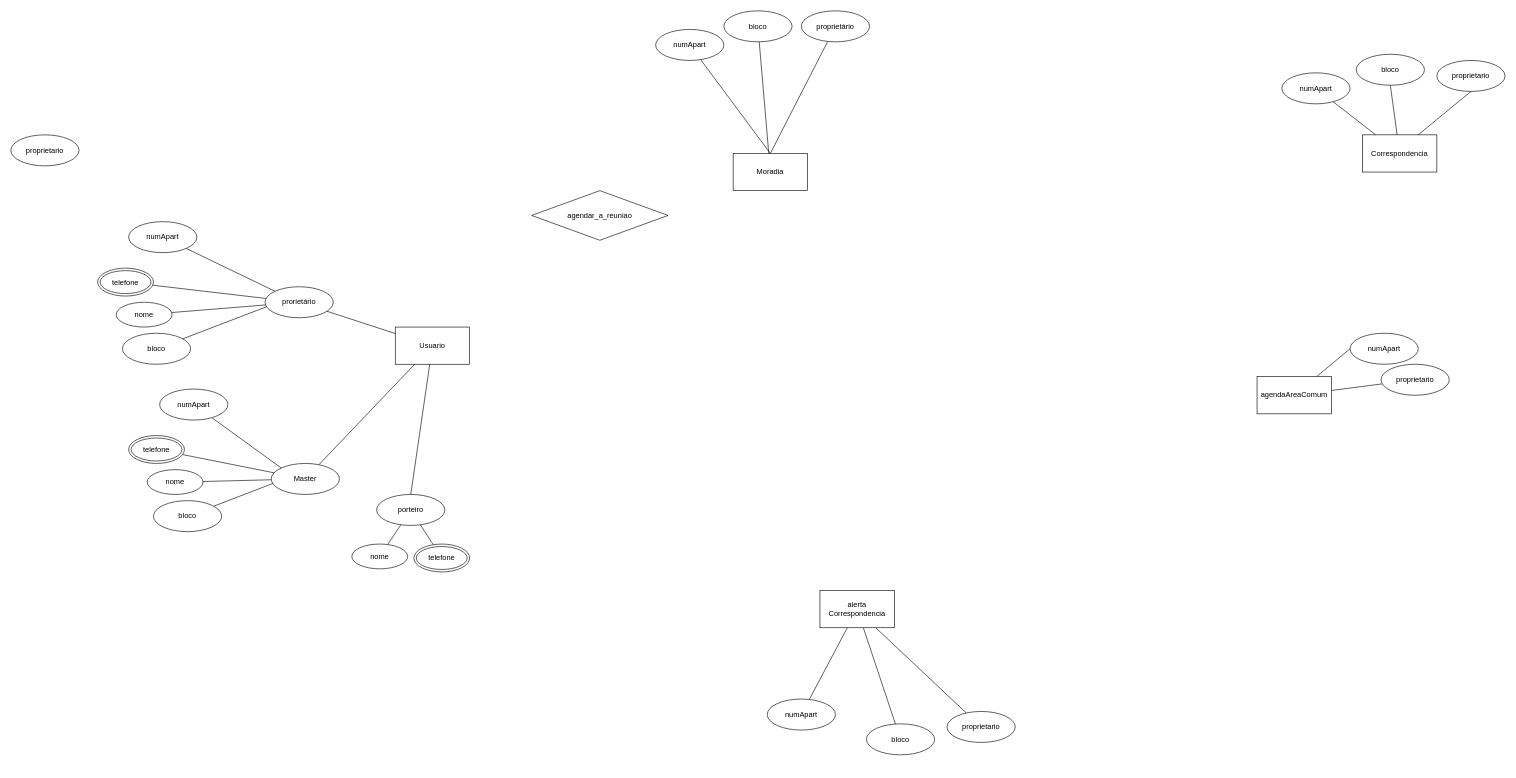
Earlier version of the draw.io diagram page "Diagrama_ER" (3 of 3) of Diagrama sem nome.drawio (ICEI-PUC-Minas-PMV-ADS/pmv-ads-2023-1-e2-proj-int-t3-pmv-ads-2023-1-e3-proj-int-t3-time3-ci). Source tidied: cells renumbered, new cells numbered last; positions are measured from the earlier drawing's top-left corner, leaving out a move shared by most shapes. Both pictures are drawn from the tidied source at 62%, with x=0, y=0 at pixel (11, 11).
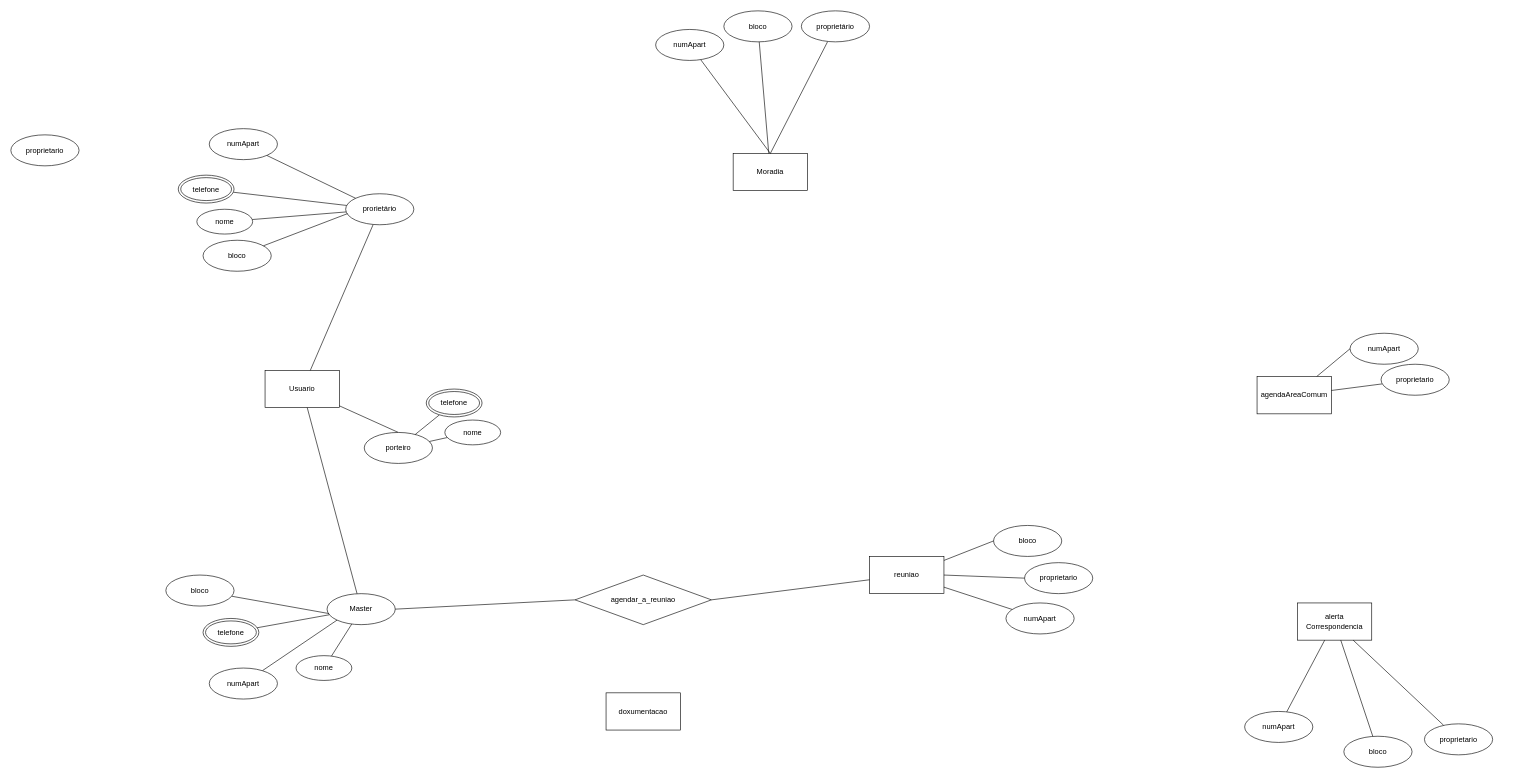
The same page after the edit.

Change to the diagram source:
```diff
@@
     <mxCell id="2" value="Usuario" style="rounded=0;whiteSpace=wrap;html=1;" parent="1" vertex="1">
-      <mxGeometry x="620" y="510" width="120" height="60" as="geometry" />
+      <mxGeometry x="410" y="580" width="120" height="60" as="geometry" />
     </mxCell>
@@
     <mxCell id="6" value="prorietário" style="ellipse;whiteSpace=wrap;html=1;" parent="1" vertex="1">
-      <mxGeometry x="410" y="445" width="110" height="50" as="geometry" />
+      <mxGeometry x="540" y="295" width="110" height="50" as="geometry" />
     </mxCell>
@@
-    <mxCell id="8" value="Correspondencia" style="rounded=0;whiteSpace=wrap;html=1;" parent="1" vertex="1">
-      <mxGeometry x="2180" y="200" width="120" height="60" as="geometry" />
+    <mxCell id="8" value="reuniao" style="rounded=0;whiteSpace=wrap;html=1;" parent="1" vertex="1">
+      <mxGeometry x="1385" y="880" width="120" height="60" as="geometry" />
     </mxCell>
@@
     <mxCell id="16" value="numApart" style="ellipse;whiteSpace=wrap;html=1;" parent="1" vertex="1">
-      <mxGeometry x="2050" y="100" width="110" height="50" as="geometry" />
+      <mxGeometry x="1605" y="955" width="110" height="50" as="geometry" />
     </mxCell>
     <mxCell id="17" value="bloco" style="ellipse;whiteSpace=wrap;html=1;" parent="1" vertex="1">
-      <mxGeometry x="2170" y="70" width="110" height="50" as="geometry" />
+      <mxGeometry x="1585" y="830" width="110" height="50" as="geometry" />
     </mxCell>
     <mxCell id="18" value="proprietario" style="ellipse;whiteSpace=wrap;html=1;" parent="1" vertex="1">
-      <mxGeometry x="2300" y="80" width="110" height="50" as="geometry" />
+      <mxGeometry x="1635" y="890" width="110" height="50" as="geometry" />
     </mxCell>
-    <mxCell id="19" style="endArrow=none;html=1;rounded=0;entryX=0.5;entryY=1;entryDx=0;entryDy=0;" parent="1" edge="1" source="8" target="17">
+    <mxCell id="19" style="endArrow=none;html=1;rounded=0;entryX=0;entryY=0.5;entryDx=0;entryDy=0;" parent="1" edge="1" source="8" target="17">
       <mxGeometry relative="1" as="geometry" />
     </mxCell>
-    <mxCell id="20" style="endArrow=none;html=1;rounded=0;entryX=0.5;entryY=1;entryDx=0;entryDy=0;exitX=0.75;exitY=0;exitDx=0;exitDy=0;" parent="1" edge="1" source="8" target="18">
+    <mxCell id="20" style="endArrow=none;html=1;rounded=0;entryX=0;entryY=0.5;entryDx=0;entryDy=0;exitX=1;exitY=0.5;exitDx=0;exitDy=0;" parent="1" edge="1" source="8" target="18">
       <mxGeometry relative="1" as="geometry" />
     </mxCell>
     <mxCell id="21" value="&lt;div&gt;alerta&lt;/div&gt;&lt;div&gt;Correspondencia&lt;/div&gt;" style="rounded=0;whiteSpace=wrap;html=1;" parent="1" vertex="1">
-      <mxGeometry x="1305" y="935" width="120" height="60" as="geometry" />
+      <mxGeometry x="2075" y="955" width="120" height="60" as="geometry" />
     </mxCell>
@@
     <mxCell id="23" value="numApart" style="ellipse;whiteSpace=wrap;html=1;" parent="1" vertex="1">
-      <mxGeometry x="1220" y="1110" width="110" height="50" as="geometry" />
+      <mxGeometry x="1990" y="1130" width="110" height="50" as="geometry" />
     </mxCell>
@@
     <mxCell id="25" value="bloco" style="ellipse;whiteSpace=wrap;html=1;" parent="1" vertex="1">
-      <mxGeometry x="1380" y="1150" width="110" height="50" as="geometry" />
+      <mxGeometry x="2150" y="1170" width="110" height="50" as="geometry" />
     </mxCell>
@@
     <mxCell id="27" value="proprietario" style="ellipse;whiteSpace=wrap;html=1;" parent="1" vertex="1">
-      <mxGeometry x="1510" y="1130" width="110" height="50" as="geometry" />
+      <mxGeometry x="2280" y="1150" width="110" height="50" as="geometry" />
     </mxCell>
@@
     <mxCell id="33" value="nome" style="ellipse;whiteSpace=wrap;html=1;" parent="1" vertex="1">
-      <mxGeometry x="170" y="470" width="90" height="40" as="geometry" />
+      <mxGeometry x="300" y="320" width="90" height="40" as="geometry" />
     </mxCell>
@@
     <mxCell id="35" value="numApart" style="ellipse;whiteSpace=wrap;html=1;" parent="1" vertex="1">
-      <mxGeometry x="190" y="340" width="110" height="50" as="geometry" />
+      <mxGeometry x="320" y="190" width="110" height="50" as="geometry" />
     </mxCell>
@@
     <mxCell id="37" value="bloco" style="ellipse;whiteSpace=wrap;html=1;" parent="1" vertex="1">
-      <mxGeometry x="180" y="520" width="110" height="50" as="geometry" />
+      <mxGeometry x="310" y="370" width="110" height="50" as="geometry" />
     </mxCell>
@@
     <mxCell id="40" value="telefone" style="ellipse;shape=doubleEllipse;whiteSpace=wrap;html=1;" parent="1" vertex="1">
-      <mxGeometry x="140" y="415" width="90" height="45" as="geometry" />
+      <mxGeometry x="270" y="265" width="90" height="45" as="geometry" />
     </mxCell>
     <mxCell id="41" value="Master" style="ellipse;whiteSpace=wrap;html=1;" parent="1" vertex="1">
-      <mxGeometry x="420" y="730" width="110" height="50" as="geometry" />
+      <mxGeometry x="510" y="940" width="110" height="50" as="geometry" />
     </mxCell>
@@
     <mxCell id="43" value="nome" style="ellipse;whiteSpace=wrap;html=1;" parent="1" vertex="1">
-      <mxGeometry x="220" y="740" width="90" height="40" as="geometry" />
+      <mxGeometry x="460" y="1040" width="90" height="40" as="geometry" />
     </mxCell>
-    <mxCell id="44" style="rounded=0;jettySize=auto;html=1;entryX=0;entryY=0;entryDx=0;entryDy=0;endArrow=none;endFill=0;" parent="1" edge="1" source="45" target="41">
+    <mxCell id="44" style="rounded=0;jettySize=auto;html=1;entryX=0;entryY=1;entryDx=0;entryDy=0;endArrow=none;endFill=0;" parent="1" edge="1" source="45" target="41">
       <mxGeometry relative="1" as="geometry" />
     </mxCell>
     <mxCell id="45" value="numApart" style="ellipse;whiteSpace=wrap;html=1;" parent="1" vertex="1">
-      <mxGeometry x="240" y="610" width="110" height="50" as="geometry" />
+      <mxGeometry x="320" y="1060" width="110" height="50" as="geometry" />
     </mxCell>
@@
     <mxCell id="47" value="bloco" style="ellipse;whiteSpace=wrap;html=1;" parent="1" vertex="1">
-      <mxGeometry x="230" y="790" width="110" height="50" as="geometry" />
+      <mxGeometry x="250" y="910" width="110" height="50" as="geometry" />
     </mxCell>
@@
     <mxCell id="49" value="telefone" style="ellipse;shape=doubleEllipse;whiteSpace=wrap;html=1;" parent="1" vertex="1">
-      <mxGeometry x="190" y="685" width="90" height="45" as="geometry" />
+      <mxGeometry x="310" y="980" width="90" height="45" as="geometry" />
     </mxCell>
     <mxCell id="50" value="porteiro" style="ellipse;whiteSpace=wrap;html=1;" parent="1" vertex="1">
-      <mxGeometry x="590" y="780" width="110" height="50" as="geometry" />
+      <mxGeometry x="570" y="680" width="110" height="50" as="geometry" />
     </mxCell>
@@
     <mxCell id="52" value="nome" style="ellipse;whiteSpace=wrap;html=1;" parent="1" vertex="1">
-      <mxGeometry x="550" y="860" width="90" height="40" as="geometry" />
+      <mxGeometry x="700" y="660" width="90" height="40" as="geometry" />
     </mxCell>
@@
     <mxCell id="54" value="telefone" style="ellipse;shape=doubleEllipse;whiteSpace=wrap;html=1;" parent="1" vertex="1">
-      <mxGeometry x="650" y="860" width="90" height="45" as="geometry" />
+      <mxGeometry x="670" y="610" width="90" height="45" as="geometry" />
     </mxCell>
@@
+    <mxCell id="57" style="rounded=0;jettySize=auto;html=1;endArrow=none;endFill=0;exitX=1;exitY=0.5;exitDx=0;exitDy=0;" parent="1" edge="1" source="56" target="8">
+      <mxGeometry relative="1" as="geometry" />
+    </mxCell>
+    <mxCell id="58" style="rounded=0;jettySize=auto;html=1;entryX=1;entryY=0.5;entryDx=0;entryDy=0;endArrow=none;endFill=0;exitX=0;exitY=0.5;exitDx=0;exitDy=0;" parent="1" edge="1" source="56" target="41">
+      <mxGeometry relative="1" as="geometry" />
+    </mxCell>
     <mxCell id="56" value="agendar_a_reuniao" style="rhombus;whiteSpace=wrap;html=1;" parent="1" vertex="1">
-      <mxGeometry x="840" y="290" width="220" height="80" as="geometry" />
+      <mxGeometry x="910" y="910" width="220" height="80" as="geometry" />
     </mxCell>
+    <mxCell id="59" value="doxumentacao" style="rounded=0;whiteSpace=wrap;html=1;" parent="1" vertex="1">
+      <mxGeometry x="960" y="1100" width="120" height="60" as="geometry" />
+    </mxCell>
```
